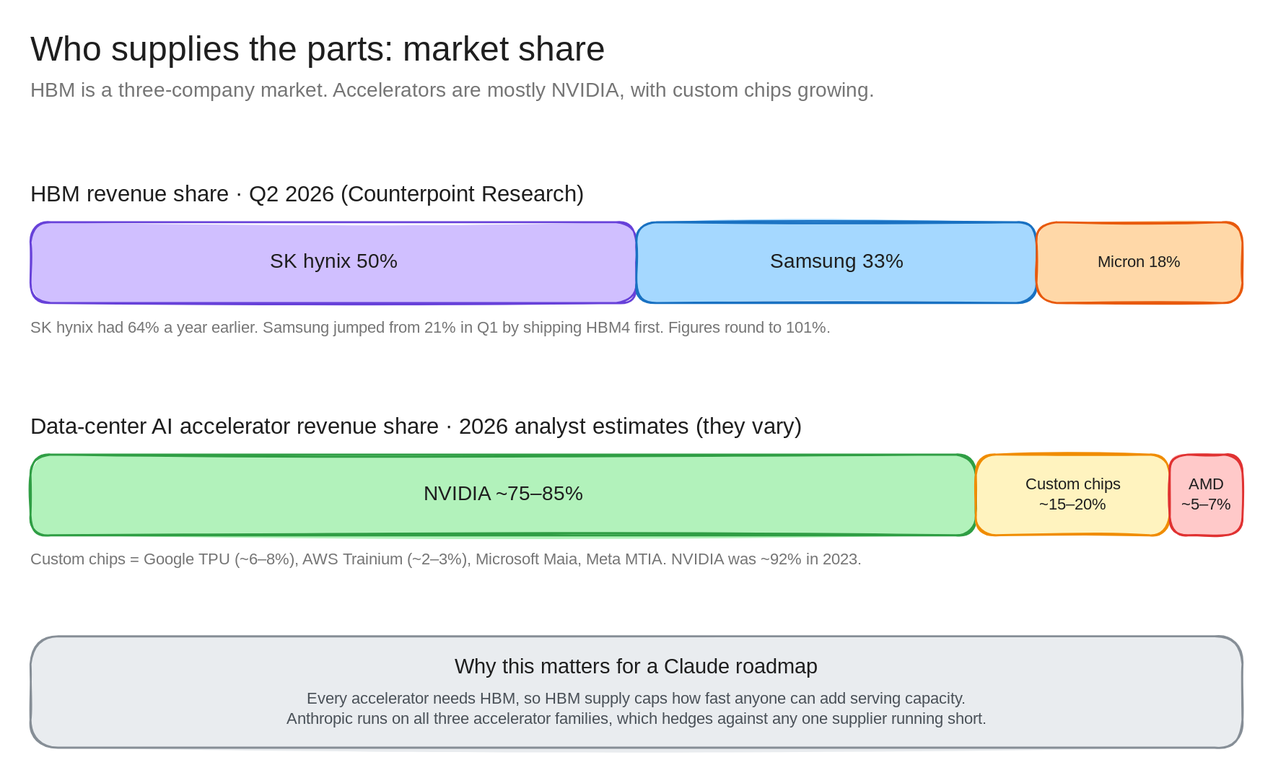
Before: architecture-diagrams/claude-anz-infra-excalidraw/diagrams/c1c-market-share.excalidraw.svg, a diagram exported from Excalidraw (bsnehanshu/slides). Source tidied: one line per element, renumbered; positions are measured from the earlier drawing's top-left corner, leaving out a move shared by most shapes.
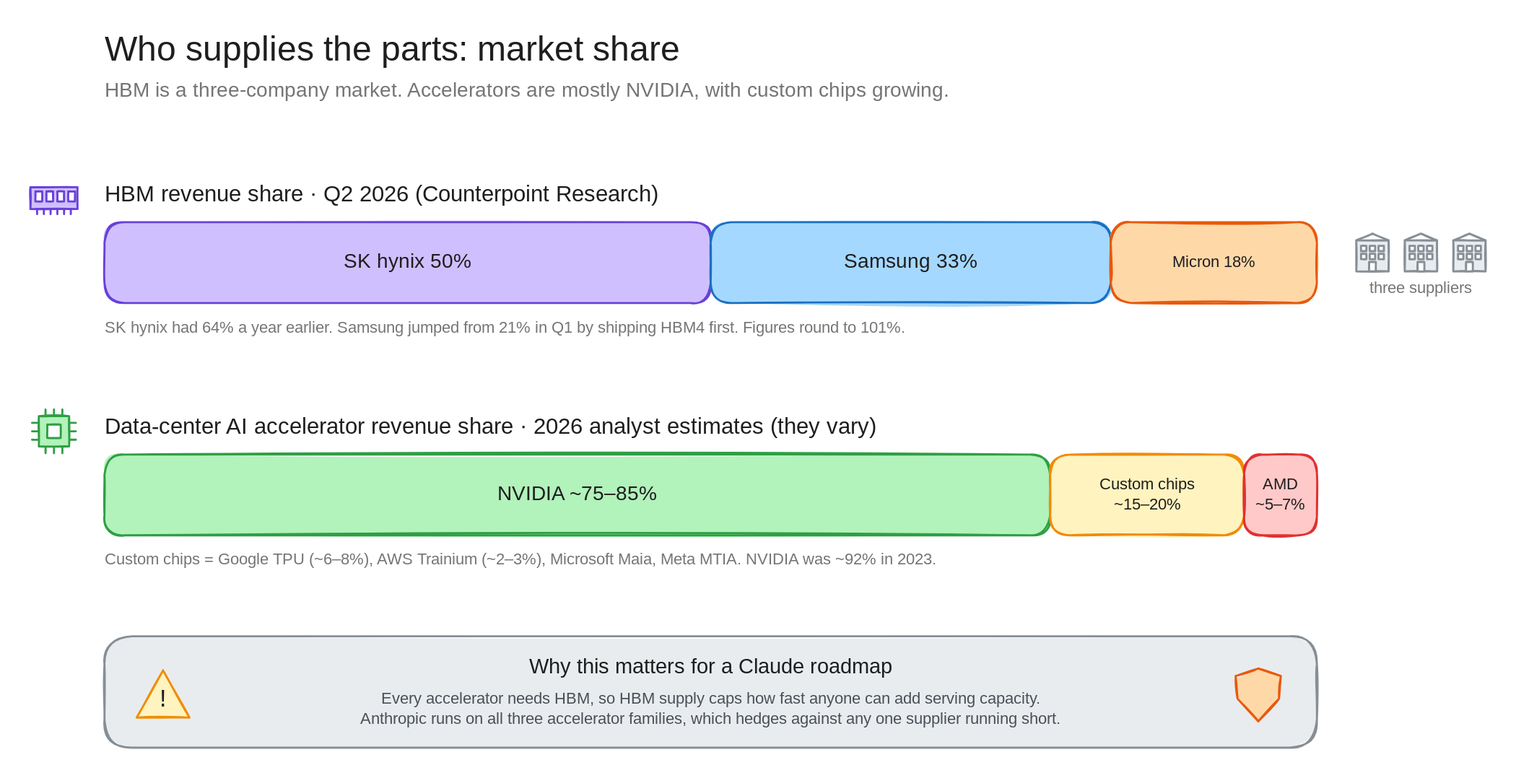
The same diagram one commit later.

Diff of the diagram source:
```diff
@@ -1,6 +1,59 @@
 {"id": 0, "type": "text", "text": "Who supplies the parts: market share", "strokeColor": "#1e1e1e", "strokeWidth": 2, "roughness": 1, "fontSize": 34, "fontFamily": 5, "x": 0, "y": 0, "width": 619, "height": 42}
 {"id": 1, "type": "text", "text": "HBM is a three-company market. Accelerators are mostly NVIDIA, with custom chips growing.", "strokeColor": "#757575", "strokeWidth": 2, "roughness": 1, "fontSize": 20, "fontFamily": 5, "x": 0, "y": 48, "width": 906, "height": 25}
 {"id": 2, "type": "text", "text": "HBM revenue share · Q2 2026 (Counterpoint Research)", "strokeColor": "#1e1e1e", "strokeWidth": 2, "roughness": 1, "fontSize": 22, "fontFamily": 5, "x": 0, "y": 150, "width": 596, "height": 28}
+{"id": 21, "type": "rectangle", "strokeColor": "#6741d9", "backgroundColor": "#d0bfff", "fillStyle": "solid", "strokeWidth": 2, "roughness": 1, "x": -73, "y": 155, "width": 47, "height": 22}
+{"id": 22, "type": "rectangle", "strokeColor": "#6741d9", "backgroundColor": "#ffffff", "fillStyle": "solid", "strokeWidth": 2, "roughness": 1, "x": -68, "y": 160, "width": 7, "height": 10}
+{"id": 23, "type": "rectangle", "strokeColor": "#6741d9", "backgroundColor": "#ffffff", "fillStyle": "solid", "strokeWidth": 2, "roughness": 1, "x": -58, "y": 160, "width": 7, "height": 10}
+{"id": 24, "type": "rectangle", "strokeColor": "#6741d9", "backgroundColor": "#ffffff", "fillStyle": "solid", "strokeWidth": 2, "roughness": 1, "x": -47, "y": 160, "width": 7, "height": 10}
+{"id": 25, "type": "rectangle", "strokeColor": "#6741d9", "backgroundColor": "#ffffff", "fillStyle": "solid", "strokeWidth": 2, "roughness": 1, "x": -36, "y": 160, "width": 7, "height": 10}
+{"id": 26, "type": "line", "strokeColor": "#6741d9", "strokeWidth": 2, "roughness": 1, "x": -67, "y": 177, "width": 0, "height": 5, "points": [[0, 0], [0, 5]]}
+{"id": 27, "type": "line", "strokeColor": "#6741d9", "strokeWidth": 2, "roughness": 1, "x": -60, "y": 177, "width": 0, "height": 5, "points": [[0, 0], [0, 5]]}
+{"id": 28, "type": "line", "strokeColor": "#6741d9", "strokeWidth": 2, "roughness": 1, "x": -53, "y": 177, "width": 0, "height": 5, "points": [[0, 0], [0, 5]]}
+{"id": 29, "type": "line", "strokeColor": "#6741d9", "strokeWidth": 2, "roughness": 1, "x": -47, "y": 177, "width": 0, "height": 5, "points": [[0, 0], [0, 5]]}
+{"id": 30, "type": "line", "strokeColor": "#6741d9", "strokeWidth": 2, "roughness": 1, "x": -40, "y": 177, "width": 0, "height": 5, "points": [[0, 0], [0, 5]]}
+{"id": 31, "type": "line", "strokeColor": "#6741d9", "strokeWidth": 2, "roughness": 1, "x": -33, "y": 177, "width": 0, "height": 5, "points": [[0, 0], [0, 5]]}
+{"id": 32, "type": "line", "strokeColor": "#2f9e44", "strokeWidth": 2, "roughness": 1, "x": -58, "y": 375, "width": 0, "height": 7, "points": [[0, 0], [0, 7]]}
+{"id": 33, "type": "line", "strokeColor": "#2f9e44", "strokeWidth": 2, "roughness": 1, "x": -58, "y": 412, "width": 0, "height": 7, "points": [[0, 0], [0, 7]]}
+{"id": 34, "type": "line", "strokeColor": "#2f9e44", "strokeWidth": 2, "roughness": 1, "x": -72, "y": 389, "width": 7, "height": 0, "points": [[0, 0], [7, 0]]}
+{"id": 35, "type": "line", "strokeColor": "#2f9e44", "strokeWidth": 2, "roughness": 1, "x": -35, "y": 389, "width": 7, "height": 0, "points": [[0, 0], [7, 0]]}
+{"id": 36, "type": "line", "strokeColor": "#2f9e44", "strokeWidth": 2, "roughness": 1, "x": -50, "y": 375, "width": 0, "height": 7, "points": [[0, 0], [0, 7]]}
+{"id": 37, "type": "line", "strokeColor": "#2f9e44", "strokeWidth": 2, "roughness": 1, "x": -50, "y": 412, "width": 0, "height": 7, "points": [[0, 0], [0, 7]]}
+{"id": 38, "type": "line", "strokeColor": "#2f9e44", "strokeWidth": 2, "roughness": 1, "x": -72, "y": 397, "width": 7, "height": 0, "points": [[0, 0], [7, 0]]}
+{"id": 39, "type": "line", "strokeColor": "#2f9e44", "strokeWidth": 2, "roughness": 1, "x": -35, "y": 397, "width": 7, "height": 0, "points": [[0, 0], [7, 0]]}
+{"id": 40, "type": "line", "strokeColor": "#2f9e44", "strokeWidth": 2, "roughness": 1, "x": -42, "y": 375, "width": 0, "height": 7, "points": [[0, 0], [0, 7]]}
+{"id": 41, "type": "line", "strokeColor": "#2f9e44", "strokeWidth": 2, "roughness": 1, "x": -42, "y": 412, "width": 0, "height": 7, "points": [[0, 0], [0, 7]]}
+{"id": 42, "type": "line", "strokeColor": "#2f9e44", "strokeWidth": 2, "roughness": 1, "x": -72, "y": 405, "width": 7, "height": 0, "points": [[0, 0], [7, 0]]}
+{"id": 43, "type": "line", "strokeColor": "#2f9e44", "strokeWidth": 2, "roughness": 1, "x": -35, "y": 405, "width": 7, "height": 0, "points": [[0, 0], [7, 0]]}
+{"id": 44, "type": "rectangle", "strokeColor": "#2f9e44", "backgroundColor": "#b2f2bb", "fillStyle": "solid", "strokeWidth": 2, "roughness": 1, "x": -65, "y": 382, "width": 30, "height": 30}
+{"id": 45, "type": "rectangle", "strokeColor": "#2f9e44", "backgroundColor": "#ffffff", "fillStyle": "solid", "strokeWidth": 2, "roughness": 1, "x": -57, "y": 390, "width": 13, "height": 13}
+{"id": 46, "type": "rectangle", "strokeColor": "#868e96", "backgroundColor": "#e9ecef", "fillStyle": "solid", "strokeWidth": 2, "roughness": 1, "x": 1239, "y": 208, "width": 32, "height": 31}
+{"id": 47, "type": "line", "strokeColor": "#868e96", "strokeWidth": 2, "roughness": 1, "x": 1239, "y": 208, "width": 32, "height": 7, "points": [[0, 0], [16, -7], [32, 0]]}
+{"id": 48, "type": "rectangle", "strokeColor": "#868e96", "backgroundColor": "#ffffff", "fillStyle": "solid", "strokeWidth": 2, "roughness": 1, "x": 1244, "y": 213, "width": 5, "height": 5}
+{"id": 49, "type": "rectangle", "strokeColor": "#868e96", "backgroundColor": "#ffffff", "fillStyle": "solid", "strokeWidth": 2, "roughness": 1, "x": 1252, "y": 213, "width": 5, "height": 5}
+{"id": 50, "type": "rectangle", "strokeColor": "#868e96", "backgroundColor": "#ffffff", "fillStyle": "solid", "strokeWidth": 2, "roughness": 1, "x": 1261, "y": 213, "width": 5, "height": 5}
+{"id": 51, "type": "rectangle", "strokeColor": "#868e96", "backgroundColor": "#ffffff", "fillStyle": "solid", "strokeWidth": 2, "roughness": 1, "x": 1244, "y": 221, "width": 5, "height": 5}
+{"id": 52, "type": "rectangle", "strokeColor": "#868e96", "backgroundColor": "#ffffff", "fillStyle": "solid", "strokeWidth": 2, "roughness": 1, "x": 1252, "y": 221, "width": 5, "height": 5}
+{"id": 53, "type": "rectangle", "strokeColor": "#868e96", "backgroundColor": "#ffffff", "fillStyle": "solid", "strokeWidth": 2, "roughness": 1, "x": 1261, "y": 221, "width": 5, "height": 5}
+{"id": 54, "type": "rectangle", "strokeColor": "#868e96", "backgroundColor": "#ffffff", "fillStyle": "solid", "strokeWidth": 2, "roughness": 1, "x": 1252, "y": 229, "width": 7, "height": 9}
+{"id": 55, "type": "rectangle", "strokeColor": "#868e96", "backgroundColor": "#e9ecef", "fillStyle": "solid", "strokeWidth": 2, "roughness": 1, "x": 1287, "y": 208, "width": 32, "height": 31}
+{"id": 56, "type": "line", "strokeColor": "#868e96", "strokeWidth": 2, "roughness": 1, "x": 1287, "y": 208, "width": 32, "height": 7, "points": [[0, 0], [16, -7], [32, 0]]}
+{"id": 57, "type": "rectangle", "strokeColor": "#868e96", "backgroundColor": "#ffffff", "fillStyle": "solid", "strokeWidth": 2, "roughness": 1, "x": 1292, "y": 213, "width": 5, "height": 5}
+{"id": 58, "type": "rectangle", "strokeColor": "#868e96", "backgroundColor": "#ffffff", "fillStyle": "solid", "strokeWidth": 2, "roughness": 1, "x": 1300, "y": 213, "width": 5, "height": 5}
+{"id": 59, "type": "rectangle", "strokeColor": "#868e96", "backgroundColor": "#ffffff", "fillStyle": "solid", "strokeWidth": 2, "roughness": 1, "x": 1309, "y": 213, "width": 5, "height": 5}
+{"id": 60, "type": "rectangle", "strokeColor": "#868e96", "backgroundColor": "#ffffff", "fillStyle": "solid", "strokeWidth": 2, "roughness": 1, "x": 1292, "y": 221, "width": 5, "height": 5}
+{"id": 61, "type": "rectangle", "strokeColor": "#868e96", "backgroundColor": "#ffffff", "fillStyle": "solid", "strokeWidth": 2, "roughness": 1, "x": 1300, "y": 221, "width": 5, "height": 5}
+{"id": 62, "type": "rectangle", "strokeColor": "#868e96", "backgroundColor": "#ffffff", "fillStyle": "solid", "strokeWidth": 2, "roughness": 1, "x": 1309, "y": 221, "width": 5, "height": 5}
+{"id": 63, "type": "rectangle", "strokeColor": "#868e96", "backgroundColor": "#ffffff", "fillStyle": "solid", "strokeWidth": 2, "roughness": 1, "x": 1300, "y": 229, "width": 7, "height": 9}
+{"id": 64, "type": "rectangle", "strokeColor": "#868e96", "backgroundColor": "#e9ecef", "fillStyle": "solid", "strokeWidth": 2, "roughness": 1, "x": 1335, "y": 208, "width": 32, "height": 31}
+{"id": 65, "type": "line", "strokeColor": "#868e96", "strokeWidth": 2, "roughness": 1, "x": 1335, "y": 208, "width": 32, "height": 7, "points": [[0, 0], [16, -7], [32, 0]]}
+{"id": 66, "type": "rectangle", "strokeColor": "#868e96", "backgroundColor": "#ffffff", "fillStyle": "solid", "strokeWidth": 2, "roughness": 1, "x": 1340, "y": 213, "width": 5, "height": 5}
+{"id": 67, "type": "rectangle", "strokeColor": "#868e96", "backgroundColor": "#ffffff", "fillStyle": "solid", "strokeWidth": 2, "roughness": 1, "x": 1348, "y": 213, "width": 5, "height": 5}
+{"id": 68, "type": "rectangle", "strokeColor": "#868e96", "backgroundColor": "#ffffff", "fillStyle": "solid", "strokeWidth": 2, "roughness": 1, "x": 1357, "y": 213, "width": 5, "height": 5}
+{"id": 69, "type": "rectangle", "strokeColor": "#868e96", "backgroundColor": "#ffffff", "fillStyle": "solid", "strokeWidth": 2, "roughness": 1, "x": 1340, "y": 221, "width": 5, "height": 5}
+{"id": 70, "type": "rectangle", "strokeColor": "#868e96", "backgroundColor": "#ffffff", "fillStyle": "solid", "strokeWidth": 2, "roughness": 1, "x": 1348, "y": 221, "width": 5, "height": 5}
+{"id": 71, "type": "rectangle", "strokeColor": "#868e96", "backgroundColor": "#ffffff", "fillStyle": "solid", "strokeWidth": 2, "roughness": 1, "x": 1357, "y": 221, "width": 5, "height": 5}
+{"id": 72, "type": "rectangle", "strokeColor": "#868e96", "backgroundColor": "#ffffff", "fillStyle": "solid", "strokeWidth": 2, "roughness": 1, "x": 1348, "y": 229, "width": 7, "height": 9}
+{"id": 73, "type": "text", "text": "three suppliers", "strokeColor": "#757575", "strokeWidth": 2, "roughness": 1, "fontSize": 16, "fontFamily": 5, "textAlign": "center", "x": 1245, "y": 246, "width": 116, "height": 20}
 {"id": 3, "type": "rectangle", "strokeColor": "#6741d9", "backgroundColor": "#d0bfff", "fillStyle": "solid", "strokeWidth": 2, "roughness": 1, "round": true, "x": 0, "y": 190, "width": 600, "height": 80}
 {"id": 4, "type": "text", "text": "SK hynix 50%", "strokeColor": "#1e1e1e", "strokeWidth": 2, "roughness": 1, "fontSize": 20, "fontFamily": 5, "textAlign": "center", "verticalAlign": "middle", "inside": 3, "x": 232, "y": 218, "width": 137, "height": 25}
 {"id": 5, "type": "rectangle", "strokeColor": "#1971c2", "backgroundColor": "#a5d8ff", "fillStyle": "solid", "strokeWidth": 2, "roughness": 1, "round": true, "x": 600, "y": 190, "width": 396, "height": 80}
@@ -19,3 +72,6 @@
 {"id": 18, "type": "rectangle", "strokeColor": "#868e96", "backgroundColor": "#e9ecef", "fillStyle": "solid", "strokeWidth": 2, "roughness": 1, "round": true, "x": 0, "y": 600, "width": 1200, "height": 110}
 {"id": 19, "type": "text", "text": "Why this matters for a Claude roadmap", "strokeColor": "#1e1e1e", "strokeWidth": 2, "roughness": 1, "fontSize": 21, "fontFamily": 5, "textAlign": "center", "x": 397, "y": 618, "width": 406, "height": 26}
 {"id": 20, "type": "text", "text": "Every accelerator needs HBM, so HBM supply caps how fast anyone can add serving capacity.\nAnthropic runs on all three accelerator families, which hedges against any one supplier running short.", "strokeColor": "#495057", "strokeWidth": 2, "roughness": 1, "fontSize": 16, "fontFamily": 5, "textAlign": "center", "x": 208, "y": 652, "width": 784, "height": 40}
+{"id": 74, "type": "line", "strokeColor": "#f08c00", "backgroundColor": "#fff3bf", "fillStyle": "solid", "strokeWidth": 2, "roughness": 1, "x": 58, "y": 634, "width": 52, "height": 47, "points": [[0, 0], [26, 47], [-26, 47], [0, 0]]}
+{"id": 75, "type": "text", "text": "!", "strokeColor": "#1e1e1e", "strokeWidth": 2, "roughness": 1, "fontSize": 24.27, "fontFamily": 5, "textAlign": "center", "x": 53, "y": 648, "width": 10, "height": 30}
+{"id": 76, "type": "line", "strokeColor": "#e8590c", "backgroundColor": "#ffd8a8", "fillStyle": "solid", "strokeWidth": 2, "roughness": 1, "x": 1142, "y": 632, "width": 45, "height": 52, "points": [[0, 0], [22, 7], [21, 30], [0, 52], [-21, 30], [-22, 7], [0, 0]]}
```
